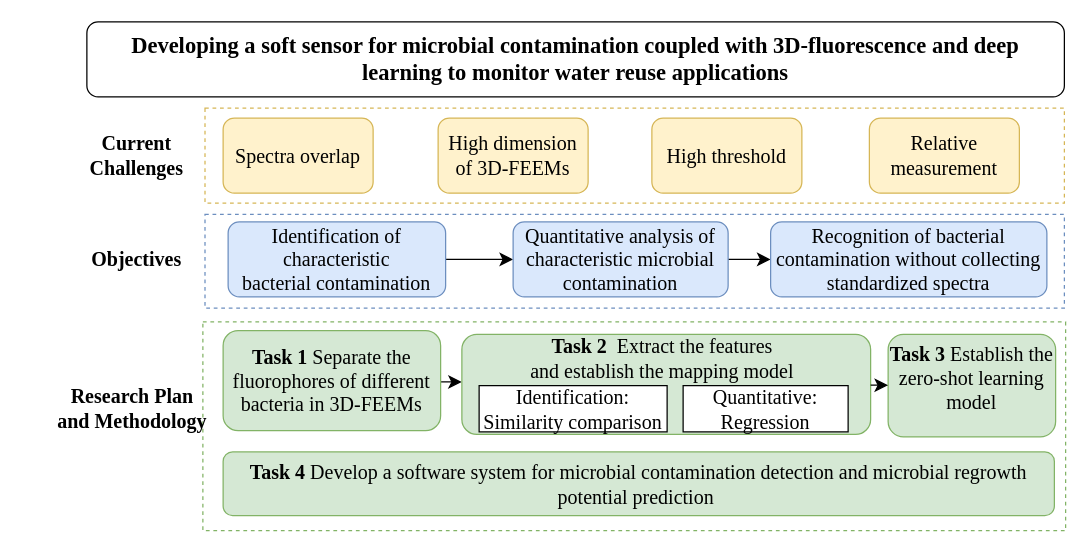
chbambooshoot/digram keeps this draw.io diagram as hb_new.drawio. Above is the earlier version. Source tidied: cells renumbered, new cells numbered last; positions are measured from the earlier drawing's top-left corner, leaving out a move shared by most shapes. Both pictures are drawn from the tidied source at 125%, with x=0, y=0 at pixel (21, 21).
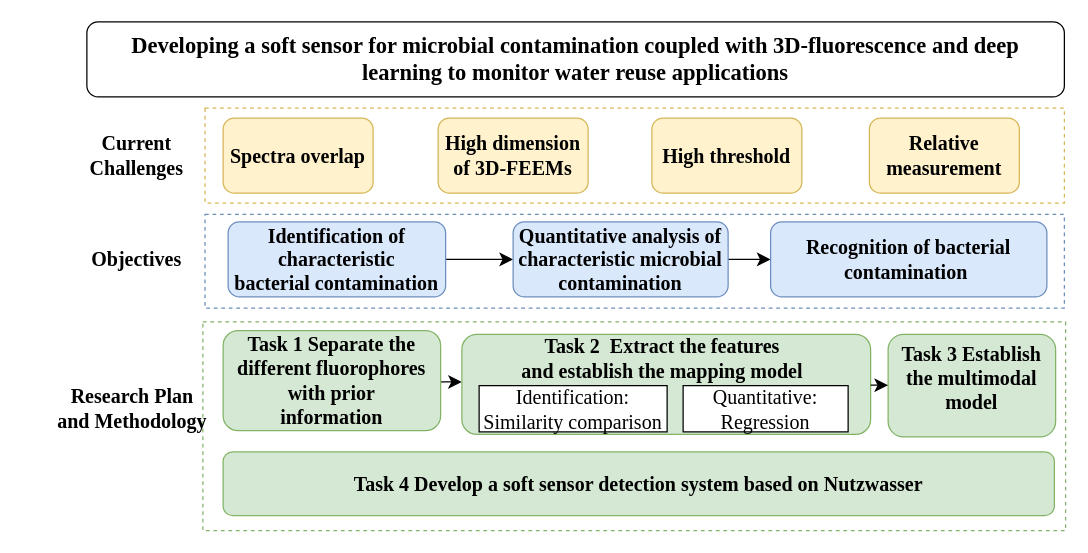
After the change.

What changed in the source:
```diff
@@
-    <mxCell id="2" style="rounded=0;whiteSpace=wrap;html=1;fontSize=16;fillStyle=zigzag-line;fillColor=none;dashed=1;strokeColor=#D6B656;strokeWidth=1;" parent="1" vertex="1">
+    <mxCell id="2" style="rounded=0;whiteSpace=wrap;html=1;fontSize=16;fillStyle=zigzag-line;fillColor=none;dashed=1;strokeColor=#D6B656;strokeWidth=1;fontStyle=1;" parent="1" vertex="1">
       <mxGeometry x="146.5" y="69" width="687.5" height="76" as="geometry" />
     </mxCell>
-    <mxCell id="3" style="rounded=0;whiteSpace=wrap;html=1;fontSize=16;fillStyle=zigzag-line;fillColor=none;dashed=1;strokeColor=#6C8EBF;strokeWidth=1;fontFamily=Times New Roman;" parent="1" vertex="1">
+    <mxCell id="3" style="rounded=0;whiteSpace=wrap;html=1;fontSize=16;fillStyle=zigzag-line;fillColor=none;dashed=1;strokeColor=#6C8EBF;strokeWidth=1;fontFamily=Times New Roman;fontStyle=1;" parent="1" vertex="1">
       <mxGeometry x="146.5" y="154" width="687.5" height="75" as="geometry" />
     </mxCell>
-    <mxCell id="4" style="rounded=0;whiteSpace=wrap;html=1;fontSize=16;fillStyle=zigzag-line;fillColor=none;dashed=1;strokeColor=#82B366;strokeWidth=1;fontFamily=Times New Roman;" parent="1" vertex="1">
+    <mxCell id="4" style="rounded=0;whiteSpace=wrap;html=1;fontSize=16;fillStyle=zigzag-line;fillColor=none;dashed=1;strokeColor=#82B366;strokeWidth=1;fontFamily=Times New Roman;fontStyle=1;" parent="1" vertex="1">
       <mxGeometry x="144.8" y="240" width="690.2" height="167" as="geometry" />
     </mxCell>
-    <mxCell id="5" value="Relative measurement" style="rounded=1;whiteSpace=wrap;html=1;fontSize=16;fillColor=#fff2cc;strokeColor=#d6b656;fontFamily=Times New Roman;" parent="1" vertex="1">
+    <mxCell id="5" value="Relative measurement" style="rounded=1;whiteSpace=wrap;html=1;fontSize=16;fillColor=#fff2cc;strokeColor=#d6b656;fontFamily=Times New Roman;fontStyle=1;" parent="1" vertex="1">
       <mxGeometry x="678" y="77" width="120" height="60" as="geometry" />
     </mxCell>
@@
-    <mxCell id="9" value="Spectra overlap" style="rounded=1;whiteSpace=wrap;html=1;fontSize=16;fillColor=#fff2cc;strokeColor=#d6b656;fontFamily=Times New Roman;" parent="1" vertex="1">
+    <mxCell id="9" value="Spectra overlap" style="rounded=1;whiteSpace=wrap;html=1;fontSize=16;fillColor=#fff2cc;strokeColor=#d6b656;fontFamily=Times New Roman;fontStyle=1;" parent="1" vertex="1">
       <mxGeometry x="161" y="77" width="120" height="60" as="geometry" />
     </mxCell>
-    <mxCell id="10" value="High dimension of 3D-FEEMs" style="rounded=1;whiteSpace=wrap;html=1;fontSize=16;fillColor=#fff2cc;strokeColor=#d6b656;fontFamily=Times New Roman;" parent="1" vertex="1">
+    <mxCell id="10" value="High dimension of 3D-FEEMs" style="rounded=1;whiteSpace=wrap;html=1;fontSize=16;fillColor=#fff2cc;strokeColor=#d6b656;fontFamily=Times New Roman;fontStyle=1;" parent="1" vertex="1">
       <mxGeometry x="333" y="77" width="120" height="60" as="geometry" />
     </mxCell>
-    <mxCell id="11" value="High threshold" style="rounded=1;whiteSpace=wrap;html=1;fontSize=16;fillColor=#fff2cc;strokeColor=#d6b656;fontFamily=Times New Roman;" parent="1" vertex="1">
+    <mxCell id="11" value="High threshold" style="rounded=1;whiteSpace=wrap;html=1;fontSize=16;fillColor=#fff2cc;strokeColor=#d6b656;fontFamily=Times New Roman;fontStyle=1;" parent="1" vertex="1">
       <mxGeometry x="504" y="77" width="120" height="60" as="geometry" />
     </mxCell>
-    <mxCell id="12" style="edgeStyle=none;curved=1;rounded=0;jettySize=auto;html=1;fontSize=12;startSize=8;endSize=8;fontFamily=Times New Roman;" parent="1" edge="1" source="13" target="15">
+    <mxCell id="12" style="edgeStyle=none;curved=1;rounded=0;jettySize=auto;html=1;fontSize=12;startSize=8;endSize=8;fontFamily=Times New Roman;fontStyle=1;" parent="1" edge="1" source="13" target="15">
       <mxGeometry relative="1" as="geometry" />
     </mxCell>
-    <mxCell id="13" value="&lt;a name=&quot;OLE_LINK10&quot;&gt;&lt;span style=&quot;font-size:12.0pt;font-family:&amp;quot;Times New Roman&amp;quot;,serif;mso-fareast-font-family:&lt;br/&gt;等线;mso-fareast-theme-font:minor-fareast;mso-font-kerning:1.0pt;mso-ansi-language:&lt;br/&gt;EN-US;mso-fareast-language:ZH-CN;mso-bidi-language:AR-SA&quot; lang=&quot;EN-US&quot;&gt;Identification of characteristic&lt;br/&gt;bacterial contamination&lt;/span&gt;&lt;/a&gt;" style="rounded=1;whiteSpace=wrap;html=1;fontSize=16;fillColor=#dae8fc;strokeColor=#6c8ebf;fontFamily=Times New Roman;" parent="1" vertex="1">
+    <mxCell id="13" value="&lt;a name=&quot;OLE_LINK10&quot;&gt;&lt;span lang=&quot;EN-US&quot; style=&quot;font-size:12.0pt;font-family:&amp;quot;Times New Roman&amp;quot;,serif;mso-fareast-font-family:&lt;br/&gt;等线;mso-fareast-theme-font:minor-fareast;mso-font-kerning:1.0pt;mso-ansi-language:&lt;br/&gt;EN-US;mso-fareast-language:ZH-CN;mso-bidi-language:AR-SA&quot;&gt;Identification of characteristic&lt;br&gt;bacterial contamination&lt;/span&gt;&lt;/a&gt;" style="rounded=1;whiteSpace=wrap;html=1;fontSize=16;fillColor=#dae8fc;strokeColor=#6c8ebf;fontFamily=Times New Roman;fontStyle=1;" parent="1" vertex="1">
       <mxGeometry x="165" y="160" width="174" height="60" as="geometry" />
     </mxCell>
-    <mxCell id="14" style="edgeStyle=none;curved=1;rounded=0;jettySize=auto;html=1;fontSize=12;startSize=8;endSize=8;fontFamily=Times New Roman;" parent="1" edge="1" source="15" target="16">
+    <mxCell id="14" style="edgeStyle=none;curved=1;rounded=0;jettySize=auto;html=1;fontSize=12;startSize=8;endSize=8;fontFamily=Times New Roman;fontStyle=1;" parent="1" edge="1" source="15" target="16">
       <mxGeometry relative="1" as="geometry" />
     </mxCell>
-    <mxCell id="15" value="&lt;span style=&quot;font-size:12.0pt;font-family:&lt;br/&gt;&amp;quot;Times New Roman&amp;quot;,serif;mso-fareast-font-family:等线;mso-fareast-theme-font:minor-fareast;&lt;br/&gt;mso-font-kerning:1.0pt;mso-ansi-language:EN-US;mso-fareast-language:ZH-CN;&lt;br/&gt;mso-bidi-language:AR-SA&quot; lang=&quot;EN-US&quot;&gt;Quantitative analysis of characteristic microbial&lt;br/&gt;contamination&lt;/span&gt;" style="whiteSpace=wrap;html=1;fontSize=16;rounded=1;fillColor=#dae8fc;strokeColor=#6c8ebf;fontFamily=Times New Roman;" parent="1" vertex="1">
+    <mxCell id="15" value="&lt;span lang=&quot;EN-US&quot; style=&quot;font-size:12.0pt;font-family:&lt;br/&gt;&amp;quot;Times New Roman&amp;quot;,serif;mso-fareast-font-family:等线;mso-fareast-theme-font:minor-fareast;&lt;br/&gt;mso-font-kerning:1.0pt;mso-ansi-language:EN-US;mso-fareast-language:ZH-CN;&lt;br/&gt;mso-bidi-language:AR-SA&quot;&gt;Quantitative analysis of characteristic microbial&lt;br&gt;contamination&lt;/span&gt;" style="whiteSpace=wrap;html=1;fontSize=16;rounded=1;fillColor=#dae8fc;strokeColor=#6c8ebf;fontFamily=Times New Roman;fontStyle=1;" parent="1" vertex="1">
       <mxGeometry x="393" y="160" width="172" height="60" as="geometry" />
     </mxCell>
-    <mxCell id="16" value="&lt;span style=&quot;font-size:12.0pt;font-family:&lt;br/&gt;&amp;quot;Times New Roman&amp;quot;,serif;mso-fareast-font-family:等线;mso-fareast-theme-font:minor-fareast;&lt;br/&gt;mso-font-kerning:1.0pt;mso-ansi-language:EN-US;mso-fareast-language:ZH-CN;&lt;br/&gt;mso-bidi-language:AR-SA&quot; lang=&quot;EN-US&quot;&gt;Recognition of bacterial contamination without collecting&lt;br/&gt;standardized spectra&lt;/span&gt;" style="whiteSpace=wrap;html=1;fontSize=16;rounded=1;fillColor=#dae8fc;strokeColor=#6c8ebf;fontFamily=Times New Roman;" parent="1" vertex="1">
+    <mxCell id="16" value="&lt;span lang=&quot;EN-US&quot; style=&quot;font-size:12.0pt;font-family:&lt;br/&gt;&amp;quot;Times New Roman&amp;quot;,serif;mso-fareast-font-family:等线;mso-fareast-theme-font:minor-fareast;&lt;br/&gt;mso-font-kerning:1.0pt;mso-ansi-language:EN-US;mso-fareast-language:ZH-CN;&lt;br/&gt;mso-bidi-language:AR-SA&quot;&gt;Recognition of bacterial contamination&amp;nbsp;&lt;/span&gt;" style="whiteSpace=wrap;html=1;fontSize=16;rounded=1;fillColor=#dae8fc;strokeColor=#6c8ebf;fontFamily=Times New Roman;fontStyle=1;" parent="1" vertex="1">
       <mxGeometry x="599" y="160" width="221" height="60" as="geometry" />
     </mxCell>
-    <mxCell id="17" style="edgeStyle=none;curved=1;rounded=0;jettySize=auto;html=1;fontSize=12;startSize=8;endSize=8;fontFamily=Times New Roman;" parent="1" edge="1" source="18" target="22">
+    <mxCell id="17" style="edgeStyle=none;curved=1;rounded=0;jettySize=auto;html=1;fontSize=12;startSize=8;endSize=8;fontFamily=Times New Roman;fontStyle=1;" parent="1" edge="1" source="18" target="22">
       <mxGeometry relative="1" as="geometry" />
     </mxCell>
-    <mxCell id="18" value="&lt;b style=&quot;border-color: var(--border-color);&quot;&gt;Task 1&amp;nbsp;&lt;/b&gt;&lt;span style=&quot;font-size:12.0pt;font-family:&lt;br/&gt;&amp;quot;Times New Roman&amp;quot;,serif;mso-fareast-font-family:等线;mso-fareast-theme-font:minor-fareast;&lt;br/&gt;mso-font-kerning:1.0pt;mso-ansi-language:EN-US;mso-fareast-language:ZH-CN;&lt;br/&gt;mso-bidi-language:AR-SA&quot; lang=&quot;EN-US&quot;&gt;Separate the fluorophores of different bacteria in&amp;nbsp;3D-FEEMs&lt;/span&gt;" style="rounded=1;whiteSpace=wrap;html=1;fontSize=16;verticalAlign=middle;fillColor=#d5e8d4;strokeColor=#82b366;fontFamily=Times New Roman;" parent="1" vertex="1">
+    <mxCell id="18" value="&lt;span style=&quot;border-color: var(--border-color);&quot;&gt;Task 1&amp;nbsp;&lt;/span&gt;&lt;span style=&quot;font-size:12.0pt;font-family:&lt;br/&gt;&amp;quot;Times New Roman&amp;quot;,serif;mso-fareast-font-family:等线;mso-fareast-theme-font:minor-fareast;&lt;br/&gt;mso-font-kerning:1.0pt;mso-ansi-language:EN-US;mso-fareast-language:ZH-CN;&lt;br/&gt;mso-bidi-language:AR-SA&quot; lang=&quot;EN-US&quot;&gt;Separate the different fluorophores with prior&lt;br/&gt;information&lt;/span&gt;" style="rounded=1;whiteSpace=wrap;html=1;fontSize=16;verticalAlign=middle;fillColor=#d5e8d4;strokeColor=#82b366;fontFamily=Times New Roman;fontStyle=1;" parent="1" vertex="1">
       <mxGeometry x="161" y="247" width="174" height="80" as="geometry" />
     </mxCell>
-    <mxCell id="19" value="&lt;b&gt;Task 4&amp;nbsp;&lt;/b&gt;Develop a software system for microbial contamination detection and microbial&amp;nbsp;regrowth potential prediction&amp;nbsp;" style="rounded=1;whiteSpace=wrap;html=1;fontSize=16;fillColor=#d5e8d4;strokeColor=#82b366;fontFamily=Times New Roman;" parent="1" vertex="1">
+    <mxCell id="19" value="&lt;span&gt;Task 4&amp;nbsp;&lt;/span&gt;&lt;span style=&quot;font-size:12.0pt;font-family:&lt;br/&gt;&amp;quot;Times New Roman&amp;quot;,serif;mso-fareast-font-family:等线;mso-fareast-theme-font:minor-fareast;&lt;br/&gt;mso-font-kerning:1.0pt;mso-ansi-language:EN-US;mso-fareast-language:ZH-CN;&lt;br/&gt;mso-bidi-language:AR-SA&quot; lang=&quot;EN-US&quot;&gt;Develop a soft sensor detection system based on Nutzwasser&lt;/span&gt;" style="rounded=1;whiteSpace=wrap;html=1;fontSize=16;fillColor=#d5e8d4;strokeColor=#82b366;fontFamily=Times New Roman;fontStyle=1;" parent="1" vertex="1">
       <mxGeometry x="161" y="344" width="665" height="51" as="geometry" />
     </mxCell>
-    <mxCell id="20" value="&lt;font style=&quot;font-size: 18px;&quot; face=&quot;Times New Roman&quot;&gt;&lt;a style=&quot;border-color: var(--border-color); text-align: left;&quot; name=&quot;OLE_LINK8&quot;&gt;&lt;b style=&quot;border-color: var(--border-color);&quot;&gt;Developing a soft&amp;nbsp;sensor for microbial contamination coupled with 3D-fluorescence and&amp;nbsp;&lt;/b&gt;&lt;/a&gt;&lt;a style=&quot;border-color: var(--border-color); text-align: left;&quot; name=&quot;OLE_LINK13&quot;&gt;&lt;b style=&quot;border-color: var(--border-color);&quot;&gt;deep learning&lt;/b&gt;&lt;/a&gt;&lt;span style=&quot;border-color: var(--border-color); text-align: left;&quot;&gt;&lt;b style=&quot;border-color: var(--border-color);&quot;&gt;&lt;span style=&quot;border-color: var(--border-color);&quot; lang=&quot;EN-US&quot;&gt;&amp;nbsp;&lt;/span&gt;&lt;/b&gt;&lt;/span&gt;&lt;b style=&quot;border-color: var(--border-color); text-align: left;&quot;&gt;&lt;span style=&quot;border-color: var(--border-color);&quot; lang=&quot;EN-US&quot;&gt;to monitor water&amp;nbsp;reuse applications&lt;/span&gt;&lt;/b&gt;&lt;/font&gt;" style="rounded=1;whiteSpace=wrap;html=1;fontSize=16;" parent="1" vertex="1">
+    <mxCell id="20" value="&lt;font face=&quot;Times New Roman&quot; style=&quot;font-size: 18px;&quot;&gt;&lt;a name=&quot;OLE_LINK8&quot; style=&quot;border-color: var(--border-color); text-align: left;&quot;&gt;&lt;span style=&quot;border-color: var(--border-color);&quot;&gt;Developing a soft&amp;nbsp;sensor for microbial contamination coupled with 3D-fluorescence and&amp;nbsp;&lt;/span&gt;&lt;/a&gt;&lt;a name=&quot;OLE_LINK13&quot; style=&quot;border-color: var(--border-color); text-align: left;&quot;&gt;&lt;span style=&quot;border-color: var(--border-color);&quot;&gt;deep learning&lt;/span&gt;&lt;/a&gt;&lt;span style=&quot;border-color: var(--border-color); text-align: left;&quot;&gt;&lt;span style=&quot;border-color: var(--border-color);&quot;&gt;&lt;span lang=&quot;EN-US&quot; style=&quot;border-color: var(--border-color);&quot;&gt;&amp;nbsp;&lt;/span&gt;&lt;/span&gt;&lt;/span&gt;&lt;span style=&quot;border-color: var(--border-color); text-align: left;&quot;&gt;&lt;span lang=&quot;EN-US&quot; style=&quot;border-color: var(--border-color);&quot;&gt;to monitor water&amp;nbsp;reuse applications&lt;/span&gt;&lt;/span&gt;&lt;/font&gt;" style="rounded=1;whiteSpace=wrap;html=1;fontSize=16;fontStyle=1;" parent="1" vertex="1">
       <mxGeometry x="52" width="782" height="60" as="geometry" />
     </mxCell>
-    <mxCell id="21" style="group;" parent="1" vertex="1">
+    <mxCell id="21" style="group;fontStyle=1;" parent="1" vertex="1">
       <mxGeometry x="352" y="250" width="354" height="80" as="geometry" />
     </mxCell>
-    <mxCell id="22" style="whiteSpace=wrap;html=1;fontSize=16;rounded=1;verticalAlign=top;fillColor=#d5e8d4;strokeColor=#82b366;fontFamily=Times New Roman;" parent="21" vertex="1">
+    <mxCell id="22" style="whiteSpace=wrap;html=1;fontSize=16;rounded=1;verticalAlign=top;fillColor=#d5e8d4;strokeColor=#82b366;fontFamily=Times New Roman;fontStyle=1;" parent="21" vertex="1">
       <mxGeometry width="327" height="80" as="geometry" />
     </mxCell>
-    <mxCell id="23" value="&lt;b style=&quot;border-color: var(--border-color);&quot;&gt;Task 2&amp;nbsp;&lt;/b&gt;&lt;span style=&quot;font-size:12.0pt;font-family:&amp;quot;Times New Roman&amp;quot;,serif;&lt;br/&gt;mso-fareast-font-family:等线;mso-fareast-theme-font:minor-fareast;mso-font-kerning:&lt;br/&gt;1.0pt;mso-ansi-language:EN-US;mso-fareast-language:ZH-CN;mso-bidi-language:&lt;br/&gt;AR-SA&quot;&gt;&amp;nbsp;&lt;span lang=&quot;EN-US&quot;&gt;Extract the features&lt;br/&gt;and establish the mapping model&lt;/span&gt;&lt;/span&gt;" style="text;html=1;strokeColor=none;fillColor=none;align=center;verticalAlign=middle;whiteSpace=wrap;rounded=0;fontSize=16;fontFamily=Times New Roman;" parent="21" vertex="1">
+    <mxCell id="23" value="&lt;span style=&quot;border-color: var(--border-color);&quot;&gt;Task 2&amp;nbsp;&lt;/span&gt;&lt;span style=&quot;font-size:12.0pt;font-family:&amp;quot;Times New Roman&amp;quot;,serif;&lt;br/&gt;mso-fareast-font-family:等线;mso-fareast-theme-font:minor-fareast;mso-font-kerning:&lt;br/&gt;1.0pt;mso-ansi-language:EN-US;mso-fareast-language:ZH-CN;mso-bidi-language:&lt;br/&gt;AR-SA&quot;&gt;&amp;nbsp;&lt;span lang=&quot;EN-US&quot;&gt;Extract the features&lt;br&gt;and establish the mapping model&lt;/span&gt;&lt;/span&gt;" style="text;html=1;strokeColor=none;fillColor=none;align=center;verticalAlign=middle;whiteSpace=wrap;rounded=0;fontSize=16;fontFamily=Times New Roman;fontStyle=1;" parent="21" vertex="1">
       <mxGeometry y="4" width="321" height="30" as="geometry" />
     </mxCell>
-    <mxCell id="24" value="Identification: Similarity&amp;nbsp;comparison" style="rounded=0;whiteSpace=wrap;html=1;fontSize=16;fontFamily=Times New Roman;" parent="21" vertex="1">
+    <mxCell id="24" value="Identification: Similarity&amp;nbsp;comparison" style="rounded=0;whiteSpace=wrap;html=1;fontSize=16;fontFamily=Times New Roman;fontStyle=0;" parent="21" vertex="1">
       <mxGeometry x="13.8" y="41" width="150.4" height="37" as="geometry" />
     </mxCell>
-    <mxCell id="25" value="Quantitative: &lt;br&gt;Regression" style="rounded=0;whiteSpace=wrap;html=1;fontSize=16;fontFamily=Times New Roman;" parent="21" vertex="1">
+    <mxCell id="25" value="Quantitative: &lt;br&gt;Regression" style="rounded=0;whiteSpace=wrap;html=1;fontSize=16;fontFamily=Times New Roman;fontStyle=0;" parent="21" vertex="1">
       <mxGeometry x="177" y="41" width="132" height="37" as="geometry" />
     </mxCell>
-    <mxCell id="26" value="&lt;b&gt;Task 3&amp;nbsp;&lt;/b&gt;&lt;span style=&quot;font-size:12.0pt;font-family:&lt;br/&gt;&amp;quot;Times New Roman&amp;quot;,serif;mso-fareast-font-family:等线;mso-fareast-theme-font:minor-fareast;&lt;br/&gt;mso-font-kerning:1.0pt;mso-ansi-language:EN-US;mso-fareast-language:ZH-CN;&lt;br/&gt;mso-bidi-language:AR-SA&quot; lang=&quot;EN-US&quot;&gt;Establish the zero-shot learning model&lt;/span&gt;" style="whiteSpace=wrap;html=1;fontSize=16;fontFamily=Times New Roman;verticalAlign=top;fillColor=#d5e8d4;strokeColor=#82b366;rounded=1;" parent="1" vertex="1">
+    <mxCell id="26" value="&lt;span&gt;Task 3&amp;nbsp;&lt;/span&gt;&lt;span style=&quot;font-size:12.0pt;font-family:&lt;br/&gt;&amp;quot;Times New Roman&amp;quot;,serif;mso-fareast-font-family:等线;mso-fareast-theme-font:minor-fareast;&lt;br/&gt;mso-font-kerning:1.0pt;mso-ansi-language:EN-US;mso-fareast-language:ZH-CN;&lt;br/&gt;mso-bidi-language:AR-SA&quot; lang=&quot;EN-US&quot;&gt;Establish the multimodal model&lt;/span&gt;" style="whiteSpace=wrap;html=1;fontSize=16;fontFamily=Times New Roman;verticalAlign=top;fillColor=#d5e8d4;strokeColor=#82b366;rounded=1;fontStyle=1;" parent="1" vertex="1">
       <mxGeometry x="693" y="250" width="134" height="82" as="geometry" />
     </mxCell>
-    <mxCell id="27" style="edgeStyle=none;curved=1;rounded=0;jettySize=auto;html=1;fontSize=12;startSize=8;endSize=8;" parent="1" edge="1" source="22" target="26">
+    <mxCell id="27" style="edgeStyle=none;curved=1;rounded=0;jettySize=auto;html=1;fontSize=12;startSize=8;endSize=8;fontStyle=1;" parent="1" edge="1" source="22" target="26">
       <mxGeometry relative="1" as="geometry" />
     </mxCell>
```
